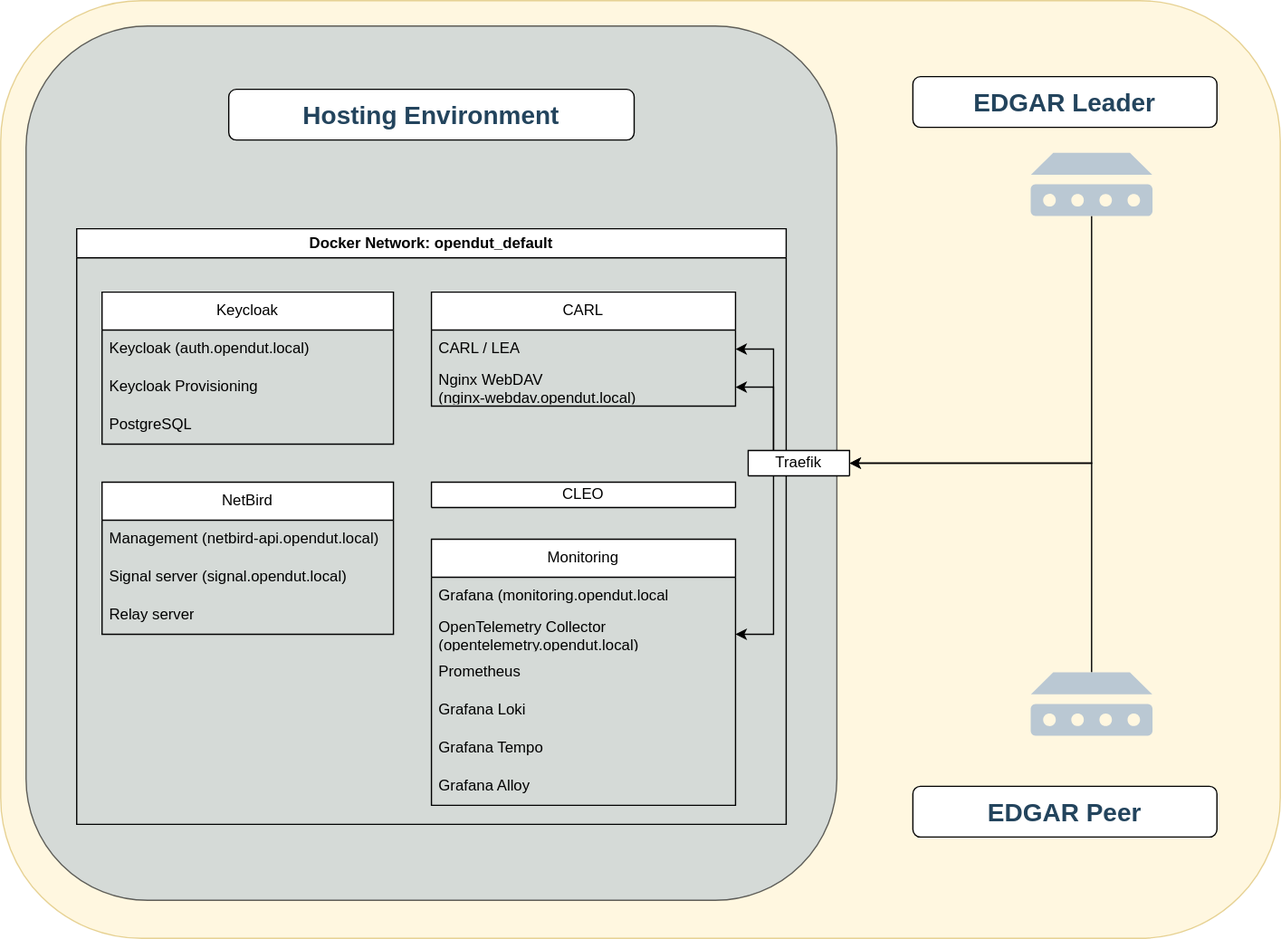
eclipse-opendut/opendut keeps this draw.io diagram as doc/src/architecture/deployment/img/opendut-vm-edgar-test-setup.drawio.svg. Above is the earlier version. Source tidied: cells renumbered, new cells last; positions are measured from the earlier drawing's top-left corner, leaving out a move shared by most shapes.
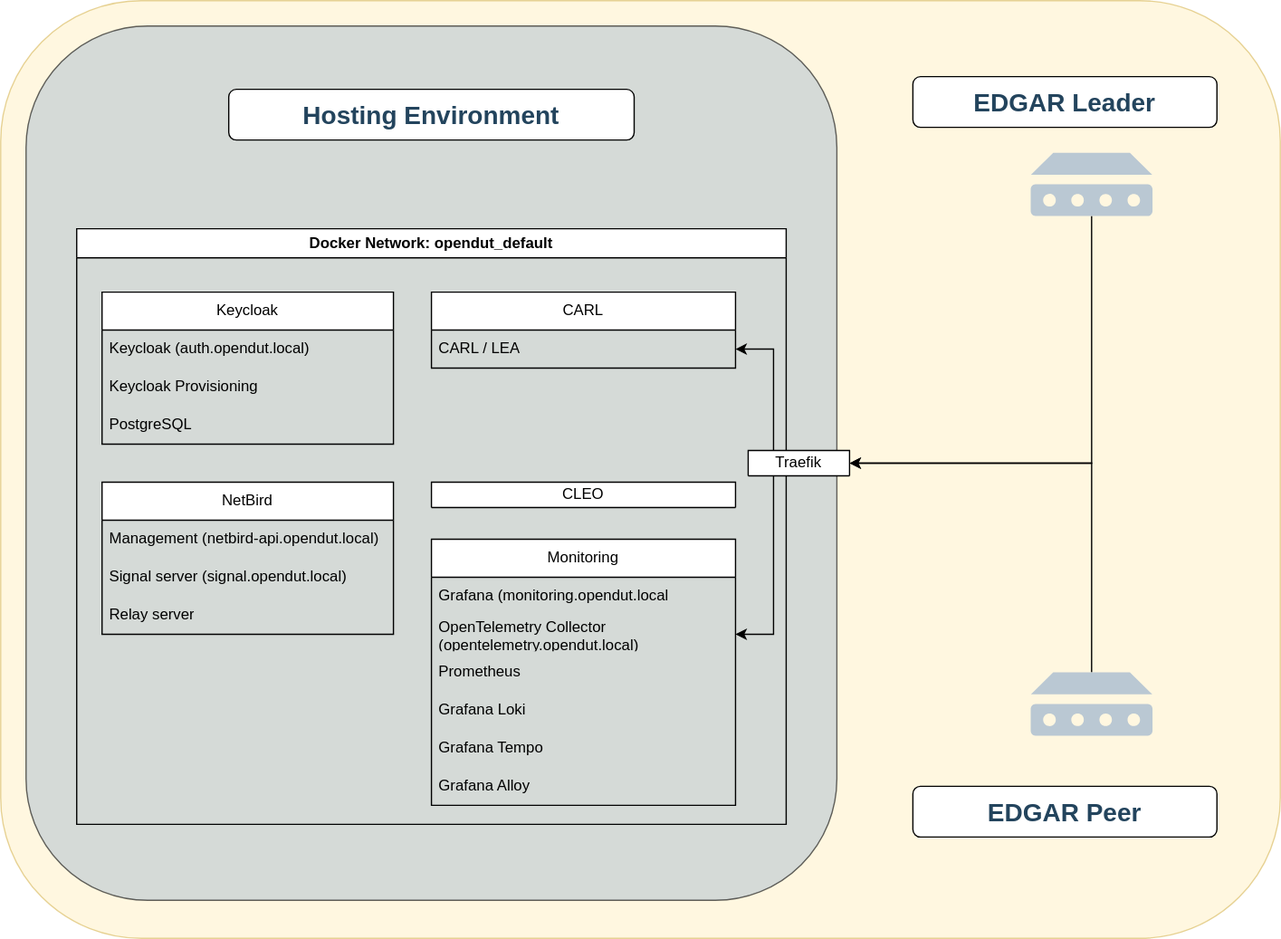
Later version of the same file.

Commit message:
Removed WebDAV and Executor from documentation.

Diff of the diagram source:
```diff
@@ -60,14 +60,11 @@
       <mxGeometry x="813" y="530" width="96.2" height="50" as="geometry" />
     </mxCell>
     <mxCell id="21" value="CARL" style="swimlane;fontStyle=0;horizontal=1;startSize=30;whiteSpace=wrap;html=1;" parent="1" vertex="1">
-      <mxGeometry x="340" y="230" width="240" height="90" as="geometry" />
+      <mxGeometry x="340" y="230" width="240" height="60" as="geometry" />
     </mxCell>
     <mxCell id="22" value="CARL / LEA" style="text;strokeColor=none;fillColor=none;align=left;verticalAlign=middle;spacingLeft=4;spacingRight=4;overflow=hidden;points=[[0,0.5],[1,0.5]];portConstraint=eastwest;whiteSpace=wrap;html=1;" parent="21" vertex="1">
       <mxGeometry y="30" width="240" height="30" as="geometry" />
     </mxCell>
-    <mxCell id="23" value="Nginx WebDAV&lt;br&gt;(nginx-webdav.opendut.local)" style="text;strokeColor=none;fillColor=none;align=left;verticalAlign=middle;spacingLeft=4;spacingRight=4;overflow=hidden;points=[[0,0.5],[1,0.5]];portConstraint=eastwest;whiteSpace=wrap;html=1;" parent="21" vertex="1">
-      <mxGeometry y="60" width="240" height="30" as="geometry" />
-    </mxCell>
     <mxCell id="24" value="Monitoring" style="swimlane;fontStyle=0;horizontal=1;startSize=30;whiteSpace=wrap;html=1;" parent="1" vertex="1">
       <mxGeometry x="340" y="425" width="240" height="210" as="geometry" />
     </mxCell>
@@ -98,8 +95,5 @@
     <mxCell id="33" style="endArrow=classic;html=1;rounded=0;exitX=0.25;exitY=1;exitDx=0;exitDy=0;edgeStyle=orthogonalEdgeStyle;entryX=1;entryY=0.5;entryDx=0;entryDy=0;" parent="1" edge="1" source="31" target="26">
       <mxGeometry relative="1" as="geometry" />
     </mxCell>
-    <mxCell id="34" style="endArrow=classic;html=1;rounded=0;entryX=1;entryY=0.5;entryDx=0;entryDy=0;exitX=0.25;exitY=0;exitDx=0;exitDy=0;edgeStyle=orthogonalEdgeStyle;" parent="1" edge="1" source="31" target="23">
-      <mxGeometry relative="1" as="geometry" />
-    </mxCell>
   </root>
 </mxGraphModel>
```
